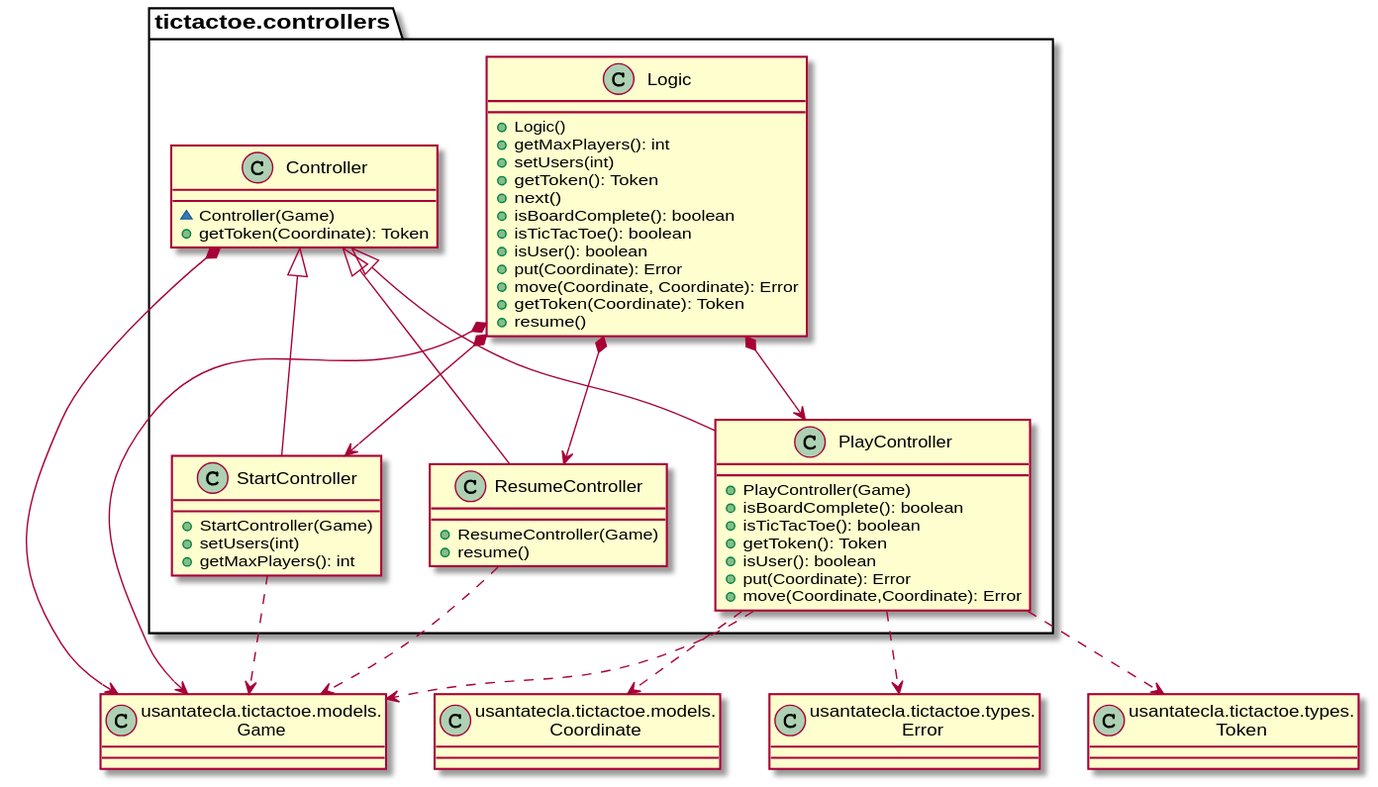
Jolucaa/USantaTecla-project-ticTacToe keeps this PlantUML diagram as modelViewPresenter/presentationModel/withFacade/docs/diagrams/out/paquetes/paqueteTicTactoeControllers.svg. Above is the earlier version.
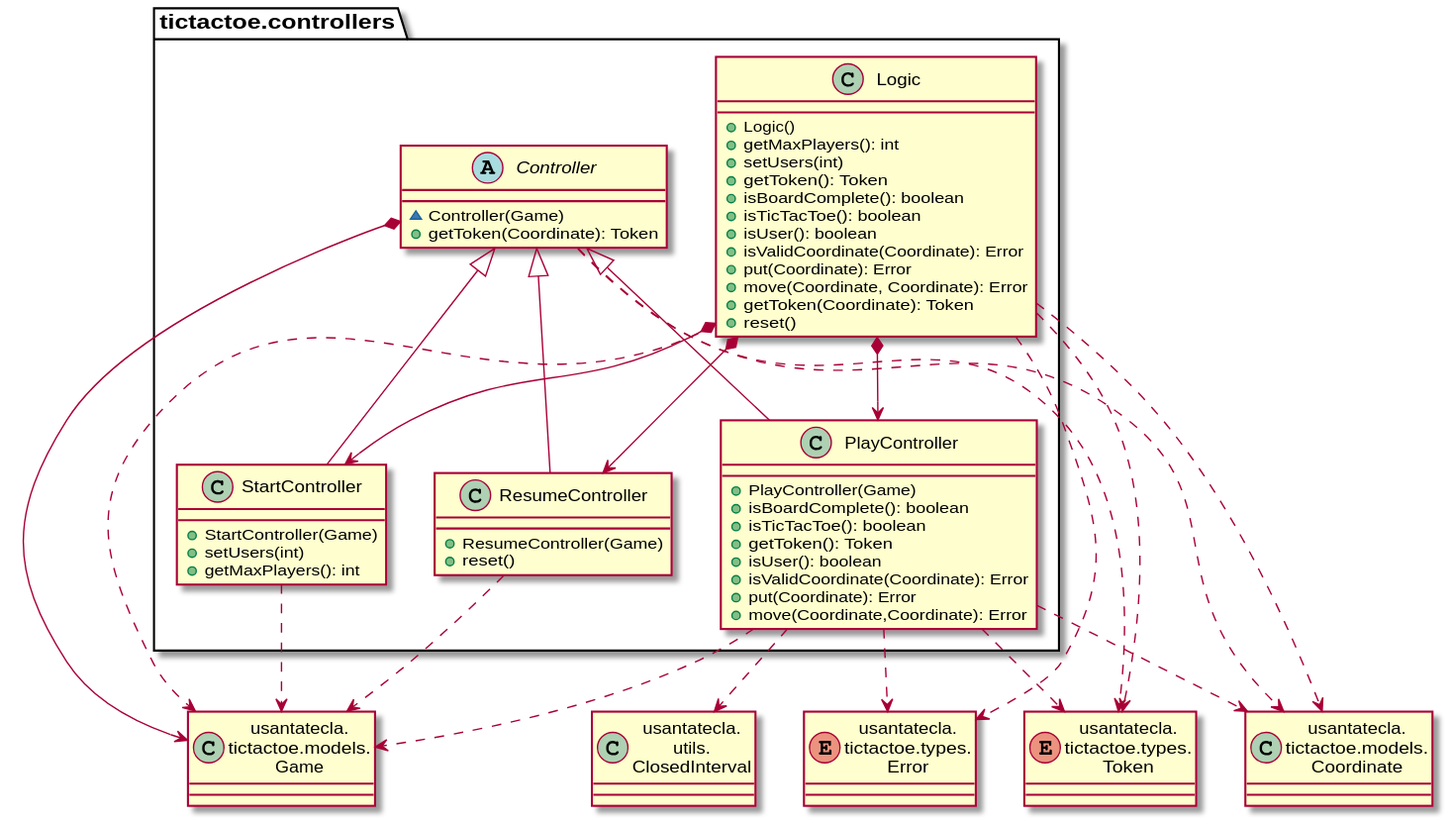
After the change.

The edit, as a diff of the source:
```diff
@@ -1,33 +1,39 @@
 @startuml
-class Game as "usantatecla.tictactoe.models.\nGame" {}
-class Coordinate as "usantatecla.tictactoe.models.\nCoordinate" {}
-class Error as "usantatecla.tictactoe.types.\nError" {}
-class Token as "usantatecla.tictactoe.types.\nToken" {}
+class Game as "usantatecla.\ntictactoe.models.\nGame"
+class Coordinate as "usantatecla.\ntictactoe.models.\nCoordinate"
+enum Error as "usantatecla.\ntictactoe.types.\nError"
+enum Token as "usantatecla.\ntictactoe.types.\nToken"
+class ClosedInterval as "usantatecla.\nutils.\nClosedInterval"
 
-class tictactoe.controllers.Controller {
+abstract class tictactoe.controllers.Controller {
   ~ Controller(Game)
   + getToken(Coordinate): Token
 }
 tictactoe.controllers.Controller *-down-> Game
+tictactoe.controllers.Controller .down.> Token
+tictactoe.controllers.Controller .down.> Coordinate
 
 class tictactoe.controllers.Logic {
   + Logic()
   + getMaxPlayers(): int
   + setUsers(int)
   + getToken(): Token
-  + next()
   + isBoardComplete(): boolean
   + isTicTacToe(): boolean
   + isUser(): boolean
+  + isValidCoordinate(Coordinate): Error
   + put(Coordinate): Error
   + move(Coordinate, Coordinate): Error
   + getToken(Coordinate): Token
-  + resume()
+  + reset()
 }
-tictactoe.controllers.Logic *-down-> Game
 tictactoe.controllers.Logic *-down-> tictactoe.controllers.StartController
 tictactoe.controllers.Logic *-down-> tictactoe.controllers.PlayController
 tictactoe.controllers.Logic *-down-> tictactoe.controllers.ResumeController
+tictactoe.controllers.Logic .down.> Game
+tictactoe.controllers.Logic .down.> Coordinate
+tictactoe.controllers.Logic .down.> Error
+tictactoe.controllers.Logic .down.> Token
 
 class  tictactoe.controllers.StartController{
   + StartController(Game)
@@ -43,6 +49,7 @@
   + isTicTacToe(): boolean
   + getToken(): Token
   + isUser(): boolean
+  + isValidCoordinate(Coordinate): Error
   + put(Coordinate): Error
   + move(Coordinate,Coordinate): Error
 }
@@ -51,10 +58,11 @@
 tictactoe.controllers.PlayController .down.> Error
 tictactoe.controllers.PlayController .down.> Game
 tictactoe.controllers.PlayController .down.> Token
+tictactoe.controllers.PlayController .down.> ClosedInterval
 
 class  tictactoe.controllers.ResumeController{
   + ResumeController(Game)
-  + resume()
+  + reset()
 }
 tictactoe.controllers.Controller <|-down- tictactoe.controllers.ResumeController
 tictactoe.controllers.ResumeController .down.> Game
```
